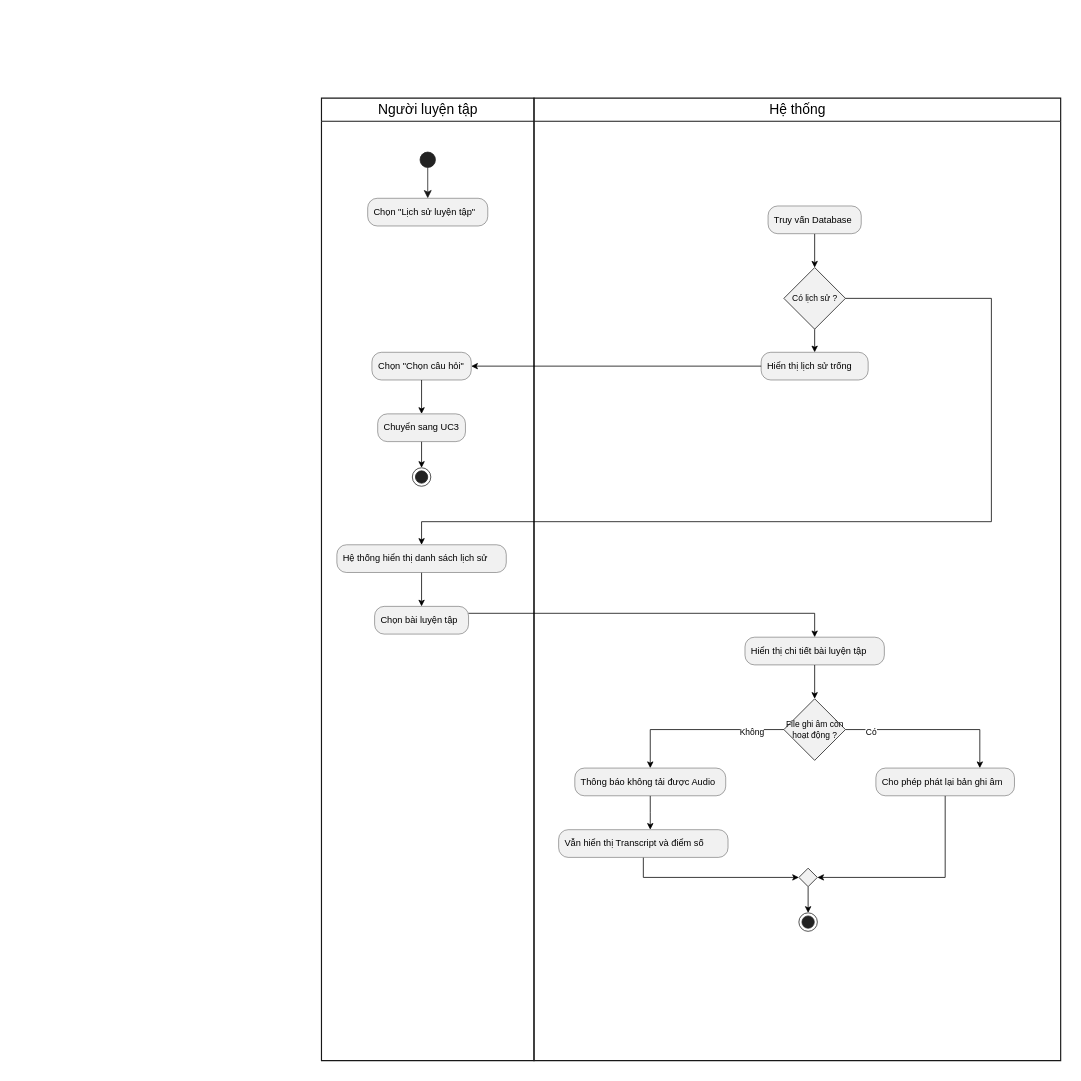
Earlier version of the draw.io diagram page "UC7-Xem lịch sử luyện tập" (8 of 10) of docs/diagrams/ActivityDiagram.drawio.xml (ToraidolGiang/interview-practice-ai). Source tidied: cells renumbered, new cells numbered last; positions are measured from the earlier drawing's top-left corner, leaving out a move shared by most shapes. Both pictures are drawn from the tidied source at 77%, with x=0, y=0 at pixel (13, 13).
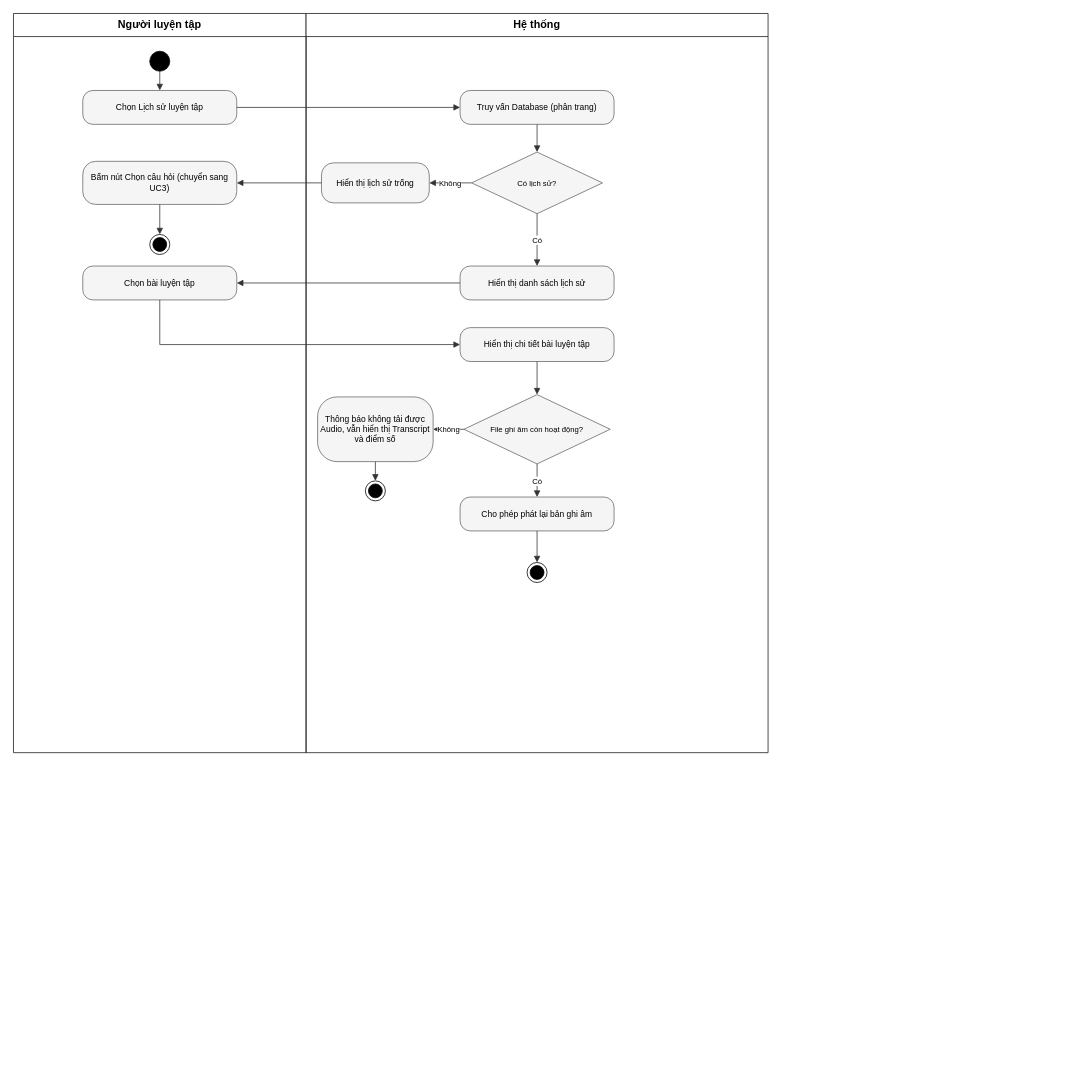
After the change.

The edit, as a diff of the source:
```diff
@@
-    <mxCell id="2" style="group;transparentBounds=1;editIcon=1;lockedGroup=0;groupPadding=10;" parent="1" vertex="1">
-      <mxGeometry width="1370" height="1370" as="geometry" />
-    </mxCell>
-    <mxCell id="3" value="Người luyện tập" style="swimlane;startSize=30;fillColor=none;swimlaneFillColor=none;strokeColor=#181818;strokeWidth=1.5;fontColor=#000000;fontSize=18;fontStyle=0;html=1;" parent="2" vertex="1">
-      <mxGeometry x="400" y="110" width="276" height="1250" as="geometry" />
+    <mxCell id="3" value="Người luyện tập" style="swimlane;html=1;horizontal=1;startSize=30;fillColor=#ffffff;strokeColor=#181818;fontSize=14;fontStyle=1;whiteSpace=wrap;" parent="1" vertex="1">
+      <mxGeometry width="380" height="960" as="geometry" />
     </mxCell>
-    <mxCell id="4" style="edgeStyle=orthogonalEdgeStyle;rounded=0;jettySize=auto;html=1;exitX=0.5;exitY=1;exitDx=0;exitDy=0;entryX=0.5;entryY=0;entryDx=0;entryDy=0;" parent="3" edge="1" source="5" target="10">
-      <mxGeometry relative="1" as="geometry" />
-    </mxCell>
-    <mxCell id="5" value="Chọn &quot;Chọn câu hỏi&quot;" style="rounded=1;absoluteArcSize=1;arcSize=25;fillColor=#F1F1F1;strokeColor=#181818;strokeWidth=0.5;whiteSpace=wrap;fontSize=12;align=left;spacingLeft=6;" parent="3" vertex="1">
-      <mxGeometry x="65.5" y="330" width="129" height="36" as="geometry" />
-    </mxCell>
+    <mxCell id="15" value="Hệ thống" style="swimlane;html=1;horizontal=1;startSize=30;fillColor=#ffffff;strokeColor=#181818;fontSize=14;fontStyle=1;whiteSpace=wrap;" parent="1" vertex="1">
+      <mxGeometry x="380" width="600" height="960" as="geometry" />
+    </mxCell>
+    <mxCell id="40" style="ellipse;html=1;fillColor=#000000;strokeColor=#000000;" parent="1" vertex="1">
+      <mxGeometry x="177" y="49" width="26" height="26" as="geometry" />
+    </mxCell>
+    <mxCell id="41" value="Chọn Lịch sử luyện tập" style="rounded=1;arcSize=30;whiteSpace=wrap;html=1;fillColor=#f5f5f5;strokeColor=#666666;fontSize=11;" parent="1" vertex="1">
+      <mxGeometry x="90" y="100" width="200" height="44" as="geometry" />
+    </mxCell>
+    <mxCell id="42" value="Truy vấn Database (phân trang)" style="rounded=1;arcSize=30;whiteSpace=wrap;html=1;fillColor=#f5f5f5;strokeColor=#666666;fontSize=11;" parent="1" vertex="1">
+      <mxGeometry x="580" y="100" width="200" height="44" as="geometry" />
+    </mxCell>
+    <mxCell id="43" value="Có lịch sử?" style="rhombus;whiteSpace=wrap;html=1;fillColor=#f5f5f5;strokeColor=#666666;fontSize=10;" parent="1" vertex="1">
+      <mxGeometry x="595" y="180" width="170" height="80" as="geometry" />
+    </mxCell>
+    <mxCell id="16" value="Hiển thị lịch sử trống" style="rounded=1;arcSize=30;whiteSpace=wrap;html=1;fillColor=#f5f5f5;strokeColor=#666666;fontSize=11;" parent="1" vertex="1">
+      <mxGeometry x="400" y="194" width="140" height="52" as="geometry" />
+    </mxCell>
+    <mxCell id="44" value="Bấm nút Chọn câu hỏi (chuyển sang UC3)" style="rounded=1;arcSize=30;whiteSpace=wrap;html=1;fillColor=#f5f5f5;strokeColor=#666666;fontSize=11;" parent="1" vertex="1">
+      <mxGeometry x="90" y="192" width="200" height="56" as="geometry" />
+    </mxCell>
+    <mxCell id="45" style="ellipse;html=1;shape=endState;fillColor=#000000;strokeColor=#000000;" parent="1" vertex="1">
+      <mxGeometry x="177" y="287" width="26" height="26" as="geometry" />
+    </mxCell>
+    <mxCell id="46" value="Hiển thị danh sách lịch sử" style="rounded=1;arcSize=30;whiteSpace=wrap;html=1;fillColor=#f5f5f5;strokeColor=#666666;fontSize=11;" parent="1" vertex="1">
+      <mxGeometry x="580" y="328" width="200" height="44" as="geometry" />
+    </mxCell>
-    <mxCell id="6" value="Chọn bài luyện tập" style="rounded=1;absoluteArcSize=1;arcSize=25;fillColor=#F1F1F1;strokeColor=#181818;strokeWidth=0.5;whiteSpace=wrap;fontSize=12;align=left;spacingLeft=6;" parent="3" vertex="1">
-      <mxGeometry x="69" y="660" width="122" height="36" as="geometry" />
+    <mxCell id="6" value="Chọn bài luyện tập" style="rounded=1;arcSize=30;whiteSpace=wrap;html=1;fillColor=#f5f5f5;strokeColor=#666666;fontSize=11;" parent="1" vertex="1">
+      <mxGeometry x="90" y="328" width="200" height="44" as="geometry" />
     </mxCell>
-    <mxCell id="7" style="edgeStyle=orthogonalEdgeStyle;rounded=0;jettySize=auto;html=1;exitX=0.5;exitY=1;exitDx=0;exitDy=0;" parent="3" edge="1" source="8" target="6">
-      <mxGeometry relative="1" as="geometry" />
-    </mxCell>
-    <mxCell id="8" value="Hệ thống hiển thị danh sách lịch sử" style="rounded=1;absoluteArcSize=1;arcSize=25;fillColor=#F1F1F1;strokeColor=#181818;strokeWidth=0.5;whiteSpace=wrap;fontSize=12;align=left;spacingLeft=6;" parent="3" vertex="1">
-      <mxGeometry x="20" y="580" width="220" height="36" as="geometry" />
-    </mxCell>
-    <mxCell id="9" style="edgeStyle=orthogonalEdgeStyle;rounded=0;jettySize=auto;html=1;exitX=0.5;exitY=1;exitDx=0;exitDy=0;entryX=0.5;entryY=0;entryDx=0;entryDy=0;" parent="3" edge="1" source="10" target="11">
-      <mxGeometry relative="1" as="geometry" />
-    </mxCell>
-    <mxCell id="10" value="Chuyển sang UC3" style="rounded=1;absoluteArcSize=1;arcSize=25;fillColor=#F1F1F1;strokeColor=#181818;strokeWidth=0.5;whiteSpace=wrap;fontSize=12;align=left;spacingLeft=6;" parent="3" vertex="1">
-      <mxGeometry x="73" y="410" width="114" height="36" as="geometry" />
-    </mxCell>
-    <mxCell id="11" style="ellipse;shape=endState;fillColor=#222222;strokeColor=#222222;" parent="3" vertex="1">
-      <mxGeometry x="118" y="480" width="24" height="24" as="geometry" />
-    </mxCell>
-    <mxCell id="12" value="Chọn &quot;Lịch sử luyện tập&quot;" style="rounded=1;absoluteArcSize=1;arcSize=25;fillColor=#F1F1F1;strokeColor=#181818;strokeWidth=0.5;whiteSpace=wrap;fontSize=12;align=left;spacingLeft=6;" parent="3" vertex="1">
-      <mxGeometry x="60" y="130" width="156" height="36" as="geometry" />
-    </mxCell>
-    <mxCell id="13" style="ellipse;fillColor=#222222;strokeColor=#222222;" parent="3" vertex="1">
-      <mxGeometry x="128" y="70" width="20" height="20" as="geometry" />
-    </mxCell>
-    <mxCell id="14" style="endArrow=classic;endSize=8;strokeColor=#181818;rounded=0;" parent="3" edge="1" source="13" target="12">
-      <mxGeometry relative="1" as="geometry" />
-    </mxCell>
-    <mxCell id="15" value="Hệ thống" style="swimlane;startSize=30;fillColor=none;swimlaneFillColor=none;strokeColor=#181818;strokeWidth=1.5;fontColor=#000000;fontSize=18;fontStyle=0;html=1;" parent="2" vertex="1">
-      <mxGeometry x="676" y="110" width="684" height="1250" as="geometry" />
-    </mxCell>
-    <mxCell id="16" value="Hiển thị lịch sử trống" style="rounded=1;absoluteArcSize=1;arcSize=25;fillColor=#F1F1F1;strokeColor=#181818;strokeWidth=0.5;whiteSpace=wrap;fontSize=12;align=left;spacingLeft=6;" parent="15" vertex="1">
-      <mxGeometry x="295" y="330" width="139" height="36" as="geometry" />
-    </mxCell>
-    <mxCell id="17" style="edgeStyle=orthogonalEdgeStyle;rounded=0;jettySize=auto;html=1;exitX=0.5;exitY=1;exitDx=0;exitDy=0;entryX=0.5;entryY=0;entryDx=0;entryDy=0;" parent="15" edge="1" source="18" target="36">
-      <mxGeometry relative="1" as="geometry" />
-    </mxCell>
-    <mxCell id="18" value="Hiển thị chi tiết bài luyện tập" style="rounded=1;absoluteArcSize=1;arcSize=25;fillColor=#F1F1F1;strokeColor=#181818;strokeWidth=0.5;whiteSpace=wrap;fontSize=12;align=left;spacingLeft=6;" parent="15" vertex="1">
-      <mxGeometry x="274" y="700" width="181" height="36" as="geometry" />
+    <mxCell id="18" value="Hiển thị chi tiết bài luyện tập" style="rounded=1;arcSize=30;whiteSpace=wrap;html=1;fillColor=#f5f5f5;strokeColor=#666666;fontSize=11;" parent="1" vertex="1">
+      <mxGeometry x="580" y="408" width="200" height="44" as="geometry" />
     </mxCell>
-    <mxCell id="19" style="edgeStyle=orthogonalEdgeStyle;rounded=0;jettySize=auto;html=1;exitX=0.5;exitY=1;exitDx=0;exitDy=0;entryX=0.5;entryY=0;entryDx=0;entryDy=0;" parent="15" edge="1" source="20" target="31">
-      <mxGeometry relative="1" as="geometry" />
-    </mxCell>
-    <mxCell id="20" value="Truy vấn Database" style="rounded=1;absoluteArcSize=1;arcSize=25;fillColor=#F1F1F1;strokeColor=#181818;strokeWidth=0.5;whiteSpace=wrap;fontSize=12;align=left;spacingLeft=6;" parent="15" vertex="1">
-      <mxGeometry x="304" y="140" width="121" height="36" as="geometry" />
-    </mxCell>
-    <mxCell id="21" style="edgeStyle=orthogonalEdgeStyle;rounded=0;jettySize=auto;html=1;exitX=0.5;exitY=1;exitDx=0;exitDy=0;entryX=0;entryY=0.5;entryDx=0;entryDy=0;" parent="15" edge="1" source="22" target="28">
-      <mxGeometry relative="1" as="geometry" />
-    </mxCell>
-    <mxCell id="22" value="Vẫn hiển thị Transcript và điểm số" style="rounded=1;absoluteArcSize=1;arcSize=25;fillColor=#F1F1F1;strokeColor=#181818;strokeWidth=0.5;whiteSpace=wrap;fontSize=12;align=left;spacingLeft=6;" parent="15" vertex="1">
-      <mxGeometry x="32" y="950" width="220" height="36" as="geometry" />
-    </mxCell>
-    <mxCell id="23" style="edgeStyle=orthogonalEdgeStyle;rounded=0;jettySize=auto;html=1;exitX=0.5;exitY=1;exitDx=0;exitDy=0;" parent="15" edge="1" source="24">
-      <mxGeometry relative="1" as="geometry">
-        <mxPoint x="151" y="950" as="targetPoint" />
-      </mxGeometry>
-    </mxCell>
-    <mxCell id="24" value="Thông báo không tải được Audio" style="rounded=1;absoluteArcSize=1;arcSize=25;fillColor=#F1F1F1;strokeColor=#181818;strokeWidth=0.5;whiteSpace=wrap;fontSize=12;align=left;spacingLeft=6;" parent="15" vertex="1">
-      <mxGeometry x="53" y="870" width="196" height="36" as="geometry" />
-    </mxCell>
-    <mxCell id="25" style="edgeStyle=orthogonalEdgeStyle;rounded=0;jettySize=auto;html=1;exitX=0.5;exitY=1;exitDx=0;exitDy=0;entryX=1;entryY=0.5;entryDx=0;entryDy=0;" parent="15" edge="1" source="26" target="28">
-      <mxGeometry relative="1" as="geometry" />
-    </mxCell>
+    <mxCell id="47" value="File ghi âm còn hoạt động?" style="rhombus;whiteSpace=wrap;html=1;fillColor=#f5f5f5;strokeColor=#666666;fontSize=10;" parent="1" vertex="1">
+      <mxGeometry x="585" y="495" width="190" height="90" as="geometry" />
+    </mxCell>
+    <mxCell id="48" value="Thông báo không tải được Audio, vẫn hiển thị Transcript và điểm số" style="rounded=1;arcSize=30;whiteSpace=wrap;html=1;fillColor=#f5f5f5;strokeColor=#666666;fontSize=11;" parent="1" vertex="1">
+      <mxGeometry x="395" y="498" width="150" height="84" as="geometry" />
+    </mxCell>
+    <mxCell id="49" style="ellipse;html=1;shape=endState;fillColor=#000000;strokeColor=#000000;" parent="1" vertex="1">
+      <mxGeometry x="457" y="607" width="26" height="26" as="geometry" />
+    </mxCell>
-    <mxCell id="26" value="Cho phép phát lại bản ghi âm" style="rounded=1;absoluteArcSize=1;arcSize=25;fillColor=#F1F1F1;strokeColor=#181818;strokeWidth=0.5;whiteSpace=wrap;fontSize=12;align=left;spacingLeft=6;" parent="15" vertex="1">
-      <mxGeometry x="444" y="870" width="180" height="36" as="geometry" />
+    <mxCell id="26" value="Cho phép phát lại bản ghi âm" style="rounded=1;arcSize=30;whiteSpace=wrap;html=1;fillColor=#f5f5f5;strokeColor=#666666;fontSize=11;" parent="1" vertex="1">
+      <mxGeometry x="580" y="628" width="200" height="44" as="geometry" />
     </mxCell>
-    <mxCell id="27" style="edgeStyle=orthogonalEdgeStyle;rounded=0;jettySize=auto;html=1;exitX=0.5;exitY=1;exitDx=0;exitDy=0;entryX=0.5;entryY=0;entryDx=0;entryDy=0;" parent="15" edge="1" source="28" target="29">
-      <mxGeometry relative="1" as="geometry" />
-    </mxCell>
-    <mxCell id="28" style="rhombus;fillColor=#F1F1F1;strokeColor=#181818;" parent="15" vertex="1">
-      <mxGeometry x="344" y="1000" width="24" height="24" as="geometry" />
-    </mxCell>
-    <mxCell id="29" style="ellipse;shape=endState;fillColor=#222222;strokeColor=#222222;" parent="15" vertex="1">
-      <mxGeometry x="344" y="1058" width="24" height="24" as="geometry" />
-    </mxCell>
-    <mxCell id="30" style="edgeStyle=orthogonalEdgeStyle;rounded=0;jettySize=auto;html=1;exitX=0.5;exitY=1;exitDx=0;exitDy=0;entryX=0.5;entryY=0;entryDx=0;entryDy=0;" parent="15" edge="1" source="31" target="16">
-      <mxGeometry relative="1" as="geometry" />
-    </mxCell>
-    <mxCell id="31" value="Có lịch sử ?" style="rhombus;whiteSpace=wrap;html=1;shapeInside=1;fontSize=11;fillColor=#F1F1F1;strokeColor=#181818;" parent="15" vertex="1">
-      <mxGeometry x="324.5" y="220" width="80" height="80" as="geometry" />
-    </mxCell>
-    <mxCell id="32" style="edgeStyle=orthogonalEdgeStyle;rounded=0;jettySize=auto;html=1;exitX=0;exitY=0.5;exitDx=0;exitDy=0;entryX=0.5;entryY=0;entryDx=0;entryDy=0;" parent="15" edge="1" source="36" target="24">
-      <mxGeometry relative="1" as="geometry" />
-    </mxCell>
-    <mxCell id="33" value="Không" style="edgeLabel;html=1;align=center;verticalAlign=middle;" parent="32" vertex="1">
-      <mxGeometry x="-0.62" y="2" relative="1" as="geometry" />
-    </mxCell>
-    <mxCell id="34" style="edgeStyle=orthogonalEdgeStyle;rounded=0;jettySize=auto;html=1;exitX=1;exitY=0.5;exitDx=0;exitDy=0;entryX=0.75;entryY=0;entryDx=0;entryDy=0;" parent="15" edge="1" source="36" target="26">
-      <mxGeometry relative="1" as="geometry" />
-    </mxCell>
-    <mxCell id="35" value="Có" style="edgeLabel;html=1;align=center;verticalAlign=middle;" parent="34" vertex="1">
-      <mxGeometry x="-0.71" y="-3" relative="1" as="geometry" />
-    </mxCell>
-    <mxCell id="36" value="File ghi âm còn hoạt động ?" style="rhombus;whiteSpace=wrap;html=1;shapeInside=1;fontSize=11;fillColor=#F1F1F1;strokeColor=#181818;" parent="15" vertex="1">
-      <mxGeometry x="324.5" y="780" width="80" height="80" as="geometry" />
-    </mxCell>
-    <mxCell id="37" style="edgeStyle=orthogonalEdgeStyle;rounded=0;jettySize=auto;html=1;exitX=0;exitY=0.5;exitDx=0;exitDy=0;" parent="2" edge="1" source="16" target="5">
-      <mxGeometry relative="1" as="geometry" />
-    </mxCell>
-    <mxCell id="38" style="edgeStyle=orthogonalEdgeStyle;rounded=0;jettySize=auto;html=1;exitX=1;exitY=0.5;exitDx=0;exitDy=0;entryX=0.5;entryY=0;entryDx=0;entryDy=0;" parent="2" edge="1" source="31" target="8">
-      <mxGeometry relative="1" as="geometry">
-        <Array as="points">
-          <mxPoint x="1270" y="370" />
-          <mxPoint x="1270" y="660" />
-          <mxPoint x="530" y="660" />
-        </Array>
-      </mxGeometry>
-    </mxCell>
+    <mxCell id="50" style="ellipse;html=1;shape=endState;fillColor=#000000;strokeColor=#000000;" parent="1" vertex="1">
+      <mxGeometry x="667" y="713" width="26" height="26" as="geometry" />
+    </mxCell>
+    <mxCell id="51" style="edgeStyle=orthogonalEdgeStyle;rounded=0;html=1;endArrow=block;endFill=1;fontSize=10;labelBackgroundColor=#ffffff;strokeColor=#333333;exitX=0.5;exitY=1;exitDx=0;exitDy=0;entryX=0.5;entryY=0;entryDx=0;entryDy=0;" parent="1" edge="1" source="40" target="41">
+      <mxGeometry relative="1" as="geometry" />
+    </mxCell>
+    <mxCell id="52" style="edgeStyle=orthogonalEdgeStyle;rounded=0;html=1;endArrow=block;endFill=1;fontSize=10;labelBackgroundColor=#ffffff;strokeColor=#333333;exitX=1;exitY=0.5;exitDx=0;exitDy=0;entryX=0;entryY=0.5;entryDx=0;entryDy=0;" parent="1" edge="1" source="41" target="42">
+      <mxGeometry relative="1" as="geometry" />
+    </mxCell>
+    <mxCell id="53" style="edgeStyle=orthogonalEdgeStyle;rounded=0;html=1;endArrow=block;endFill=1;fontSize=10;labelBackgroundColor=#ffffff;strokeColor=#333333;exitX=0.5;exitY=1;exitDx=0;exitDy=0;entryX=0.5;entryY=0;entryDx=0;entryDy=0;" parent="1" edge="1" source="42" target="43">
+      <mxGeometry relative="1" as="geometry" />
+    </mxCell>
+    <mxCell id="54" value="Không" style="edgeStyle=orthogonalEdgeStyle;rounded=0;html=1;endArrow=block;endFill=1;fontSize=10;labelBackgroundColor=#ffffff;strokeColor=#333333;exitX=0;exitY=0.5;exitDx=0;exitDy=0;entryX=1;entryY=0.5;entryDx=0;entryDy=0;" parent="1" edge="1" source="43" target="16">
+      <mxGeometry relative="1" as="geometry" />
+    </mxCell>
+    <mxCell id="55" style="edgeStyle=orthogonalEdgeStyle;rounded=0;html=1;endArrow=block;endFill=1;fontSize=10;labelBackgroundColor=#ffffff;strokeColor=#333333;exitX=0;exitY=0.5;exitDx=0;exitDy=0;entryX=1;entryY=0.5;entryDx=0;entryDy=0;" parent="1" edge="1" source="16" target="44">
+      <mxGeometry relative="1" as="geometry" />
+    </mxCell>
+    <mxCell id="56" style="edgeStyle=orthogonalEdgeStyle;rounded=0;html=1;endArrow=block;endFill=1;fontSize=10;labelBackgroundColor=#ffffff;strokeColor=#333333;exitX=0.5;exitY=1;exitDx=0;exitDy=0;entryX=0.5;entryY=0;entryDx=0;entryDy=0;" parent="1" edge="1" source="44" target="45">
+      <mxGeometry relative="1" as="geometry" />
+    </mxCell>
+    <mxCell id="57" value="Có" style="edgeStyle=orthogonalEdgeStyle;rounded=0;html=1;endArrow=block;endFill=1;fontSize=10;labelBackgroundColor=#ffffff;strokeColor=#333333;exitX=0.5;exitY=1;exitDx=0;exitDy=0;entryX=0.5;entryY=0;entryDx=0;entryDy=0;" parent="1" edge="1" source="43" target="46">
+      <mxGeometry relative="1" as="geometry" />
+    </mxCell>
+    <mxCell id="58" style="edgeStyle=orthogonalEdgeStyle;rounded=0;html=1;endArrow=block;endFill=1;fontSize=10;labelBackgroundColor=#ffffff;strokeColor=#333333;exitX=0;exitY=0.5;exitDx=0;exitDy=0;entryX=1;entryY=0.5;entryDx=0;entryDy=0;" parent="1" edge="1" source="46" target="6">
+      <mxGeometry relative="1" as="geometry" />
+    </mxCell>
-    <mxCell id="39" style="edgeStyle=orthogonalEdgeStyle;rounded=0;jettySize=auto;html=1;exitX=1;exitY=0.25;exitDx=0;exitDy=0;entryX=0.5;entryY=0;entryDx=0;entryDy=0;" parent="2" edge="1" source="6" target="18">
-      <mxGeometry relative="1" as="geometry" />
+    <mxCell id="39" style="edgeStyle=orthogonalEdgeStyle;rounded=0;html=1;endArrow=block;endFill=1;fontSize=10;labelBackgroundColor=#ffffff;strokeColor=#333333;exitX=0.5;exitY=1;exitDx=0;exitDy=0;entryX=0;entryY=0.5;entryDx=0;entryDy=0;" parent="1" edge="1" source="6" target="18">
+      <mxGeometry relative="1" as="geometry">
+        <Array as="points">
+          <mxPoint x="190" y="430" />
+        </Array>
+      </mxGeometry>
     </mxCell>
+    <mxCell id="59" style="edgeStyle=orthogonalEdgeStyle;rounded=0;html=1;endArrow=block;endFill=1;fontSize=10;labelBackgroundColor=#ffffff;strokeColor=#333333;exitX=0.5;exitY=1;exitDx=0;exitDy=0;entryX=0.5;entryY=0;entryDx=0;entryDy=0;" parent="1" edge="1" source="18" target="47">
+      <mxGeometry relative="1" as="geometry" />
+    </mxCell>
+    <mxCell id="60" value="Không" style="edgeStyle=orthogonalEdgeStyle;rounded=0;html=1;endArrow=block;endFill=1;fontSize=10;labelBackgroundColor=#ffffff;strokeColor=#333333;exitX=0;exitY=0.5;exitDx=0;exitDy=0;entryX=1;entryY=0.5;entryDx=0;entryDy=0;" parent="1" edge="1" source="47" target="48">
+      <mxGeometry relative="1" as="geometry" />
+    </mxCell>
+    <mxCell id="61" style="edgeStyle=orthogonalEdgeStyle;rounded=0;html=1;endArrow=block;endFill=1;fontSize=10;labelBackgroundColor=#ffffff;strokeColor=#333333;exitX=0.5;exitY=1;exitDx=0;exitDy=0;entryX=0.5;entryY=0;entryDx=0;entryDy=0;" parent="1" edge="1" source="48" target="49">
+      <mxGeometry relative="1" as="geometry" />
+    </mxCell>
+    <mxCell id="62" value="Có" style="edgeStyle=orthogonalEdgeStyle;rounded=0;html=1;endArrow=block;endFill=1;fontSize=10;labelBackgroundColor=#ffffff;strokeColor=#333333;exitX=0.5;exitY=1;exitDx=0;exitDy=0;entryX=0.5;entryY=0;entryDx=0;entryDy=0;" parent="1" edge="1" source="47" target="26">
+      <mxGeometry relative="1" as="geometry" />
+    </mxCell>
+    <mxCell id="63" style="edgeStyle=orthogonalEdgeStyle;rounded=0;html=1;endArrow=block;endFill=1;fontSize=10;labelBackgroundColor=#ffffff;strokeColor=#333333;exitX=0.5;exitY=1;exitDx=0;exitDy=0;entryX=0.5;entryY=0;entryDx=0;entryDy=0;" parent="1" edge="1" source="26" target="50">
+      <mxGeometry relative="1" as="geometry" />
+    </mxCell>
```
